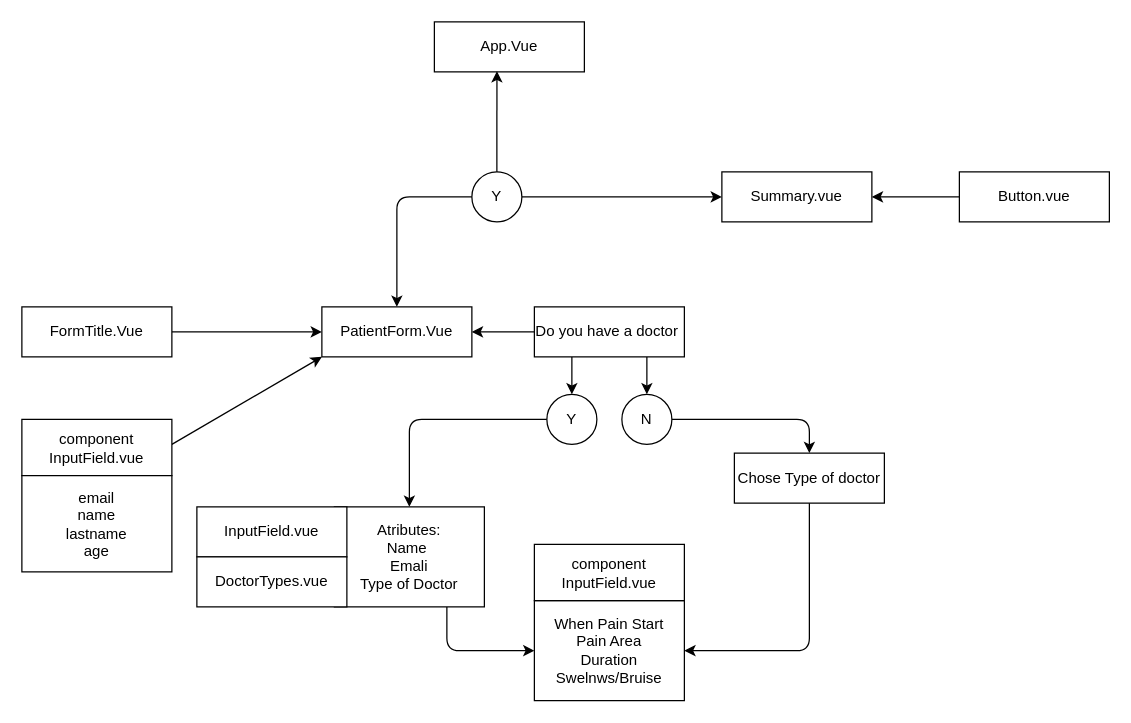
The draw.io diagram FormVue.js Diagram.drawio in PhilipVelkovski/Vue.js-Form, before the edit. Source tidied: cells renumbered, new cells numbered last; positions are measured from the earlier drawing's top-left corner, leaving out a move shared by most shapes. Both pictures are drawn from the tidied source at 125%, with x=0, y=0 at pixel (21, 21).
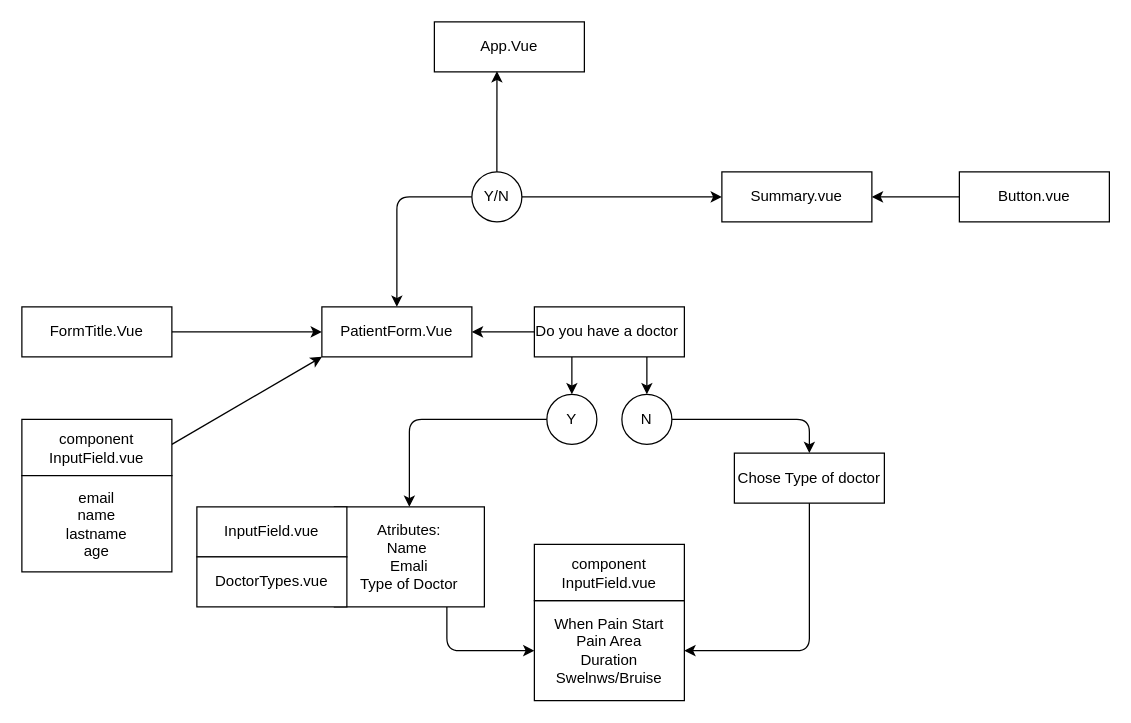
After the change.

The edit, as a diff of the source:
```diff
@@
-    <mxCell id="32" value="Y" style="ellipse;whiteSpace=wrap;html=1;" parent="1" vertex="1">
+    <mxCell id="32" value="Y/N" style="ellipse;whiteSpace=wrap;html=1;" parent="1" vertex="1">
       <mxGeometry x="360" y="120" width="40" height="40" as="geometry" />
     </mxCell>
```
